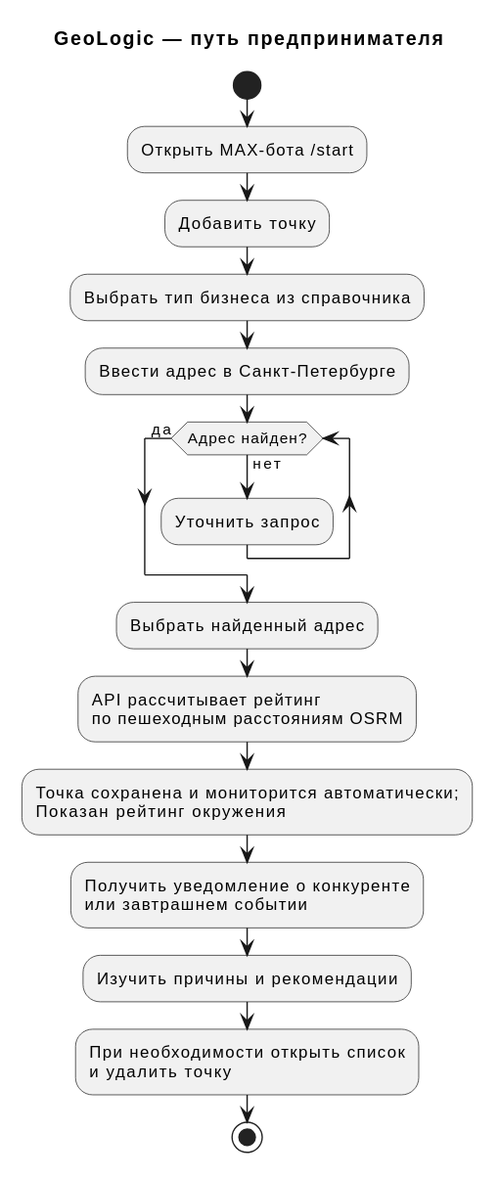
The PlantUML diagram docs/diagrams/rendered/cjm-owner.svg in kotafan1rich/GeoLogic-Monitor, before a commit.
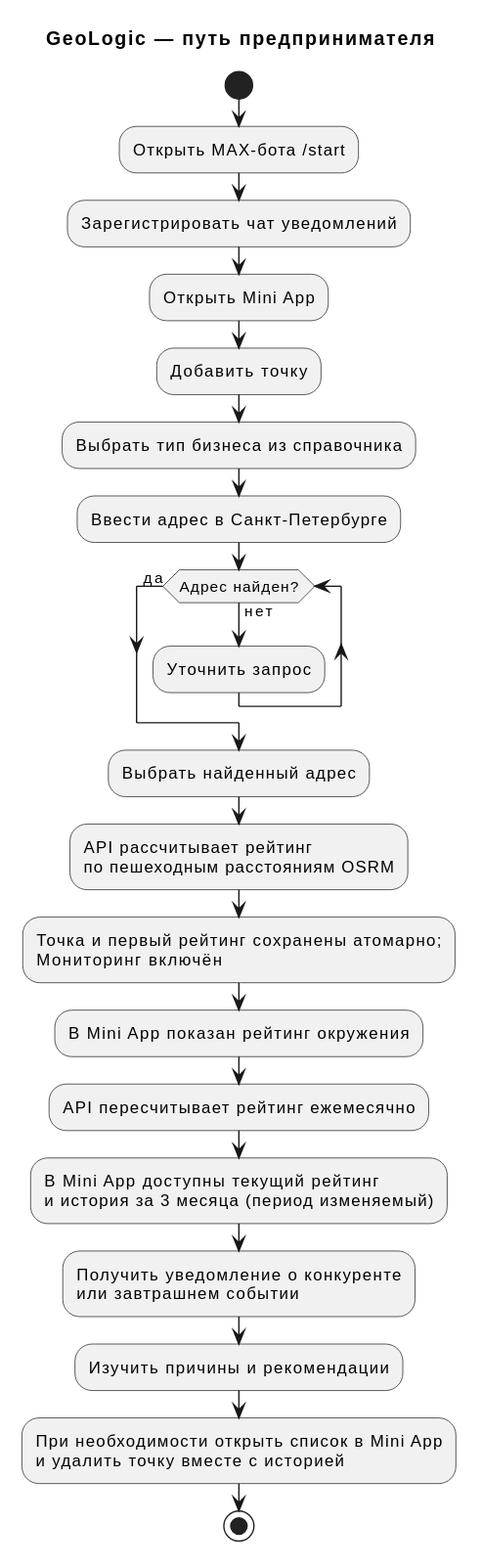
After the commit.

Diff of the diagram source:
```diff
@@ -3,6 +3,8 @@
 skinparam shadowing false
 start
 :Открыть MAX-бота /start;
+:Зарегистрировать чат уведомлений;
+:Открыть Mini App;
 :Добавить точку;
 :Выбрать тип бизнеса из справочника;
 :Ввести адрес в Санкт-Петербурге;
@@ -11,9 +13,12 @@
 endwhile (да)
 :Выбрать найденный адрес;
 :API рассчитывает рейтинг\nпо пешеходным расстояниям OSRM;
-:Точка сохранена и мониторится автоматически;\nПоказан рейтинг окружения;
+:Точка и первый рейтинг сохранены атомарно;\nМониторинг включён;
+:В Mini App показан рейтинг окружения;
+:API пересчитывает рейтинг ежемесячно;
+:В Mini App доступны текущий рейтинг\nи история за 3 месяца (период изменяемый);
 :Получить уведомление о конкуренте\nили завтрашнем событии;
 :Изучить причины и рекомендации;
-:При необходимости открыть список\nи удалить точку;
+:При необходимости открыть список в Mini App\nи удалить точку вместе с историей;
 stop
 @enduml
```
